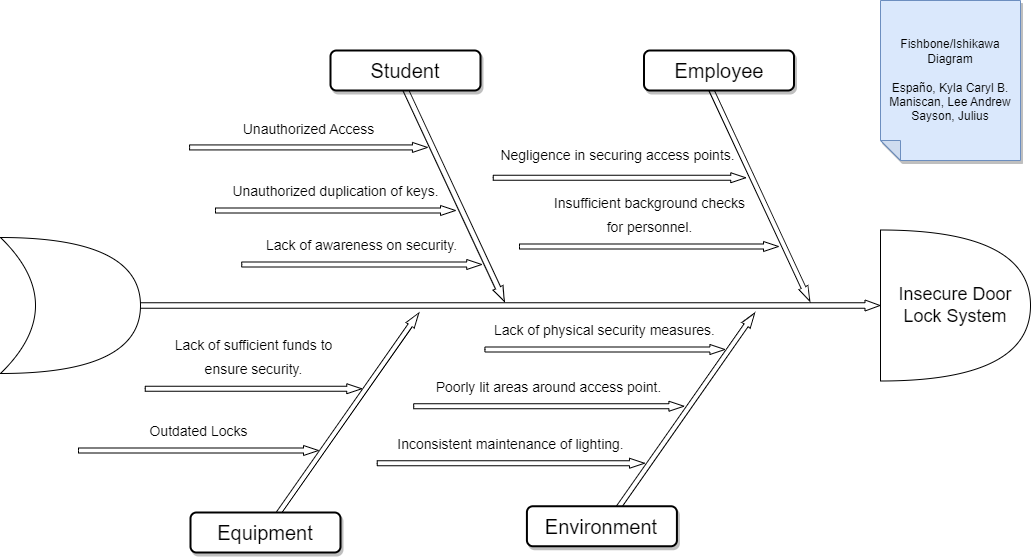
Above: Fishbone Diagram.drawio.png in kaisunoo/Acads (draw.io), before the change. Source tidied: cells renumbered, new cells last; positions are measured from the earlier drawing's top-left corner, leaving out a move shared by most shapes.
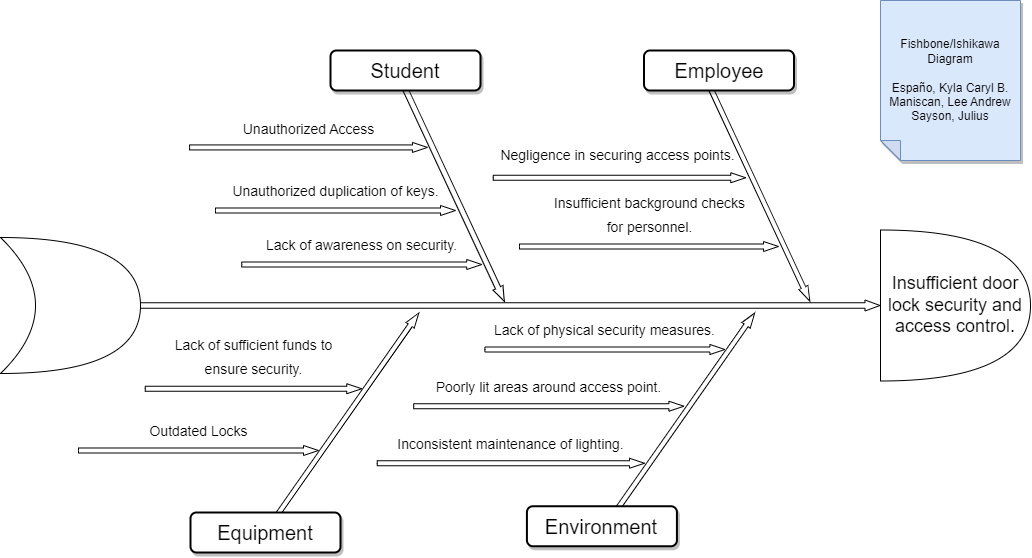
After the commit.

What changed in the source:
```diff
@@ -65,7 +65,7 @@
     <mxCell id="22" style="shape=xor;whiteSpace=wrap;html=1;" parent="1" vertex="1">
       <mxGeometry y="303" width="140" height="136" as="geometry" />
     </mxCell>
-    <mxCell id="23" value="&lt;font style=&quot;font-size: 18px;&quot;&gt;Insecure Door &lt;br&gt;Lock System&lt;/font&gt;" style="shape=or;whiteSpace=wrap;html=1;" parent="1" vertex="1">
+    <mxCell id="23" value="&lt;span style=&quot;font-size: 18px;&quot;&gt;Insufficient door lock security and access control.&lt;/span&gt;" style="shape=or;whiteSpace=wrap;html=1;" parent="1" vertex="1">
       <mxGeometry x="880" y="295.5" width="150" height="151" as="geometry" />
     </mxCell>
   </root>
```
